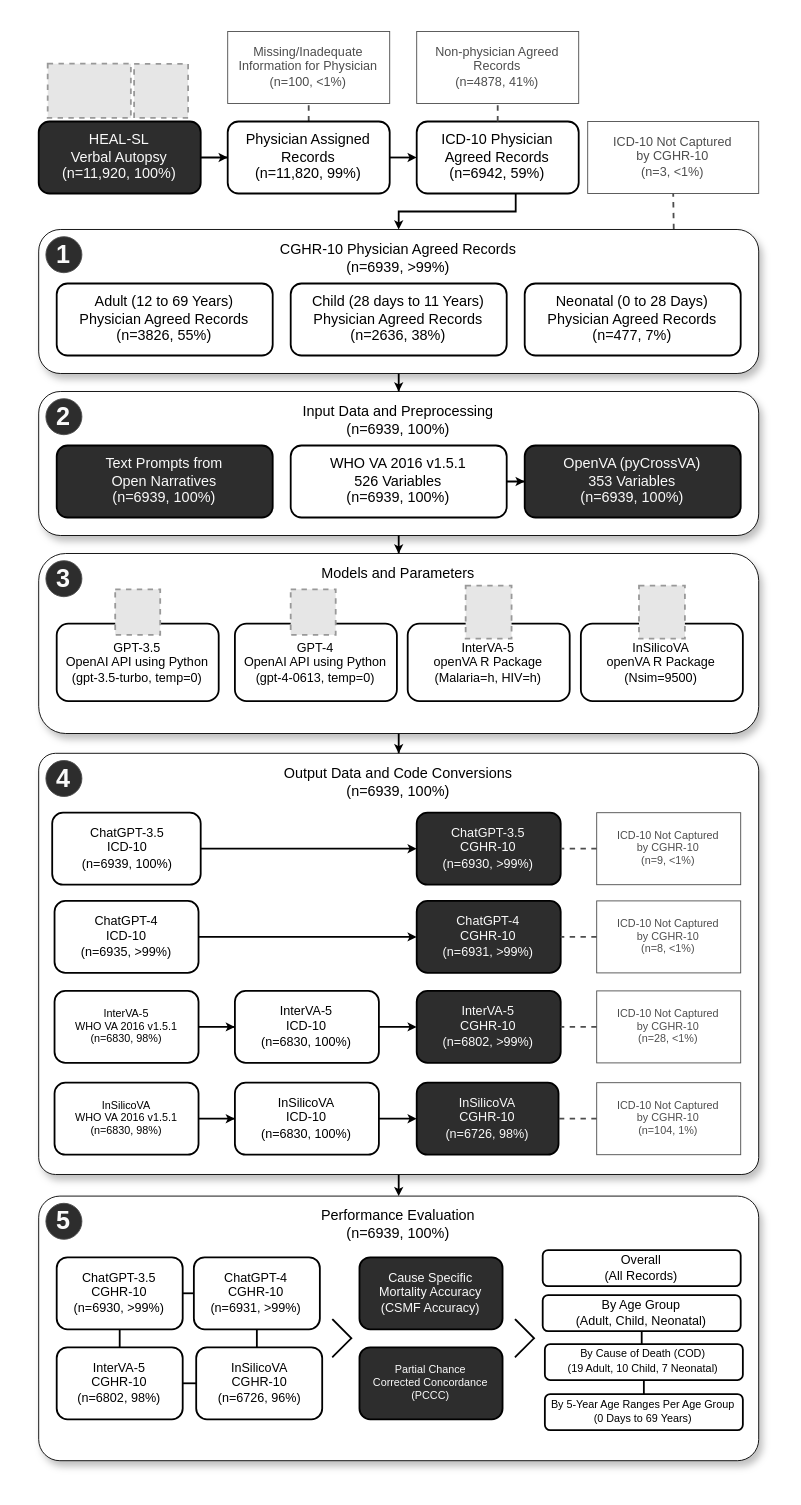
cghr-toronto/wen-et-al-2025-cava keeps this draw.io diagram as src/fig-methods.drawio. Above is the earlier version. Source tidied: cells renumbered, new cells numbered last; positions are measured from the earlier drawing's top-left corner, leaving out a move shared by most shapes. Both pictures are drawn from the tidied source at 180%, with x=0, y=0 at pixel (38, 31). Pictures stored in the file or linked from it are replaced by grey dashed boxes.
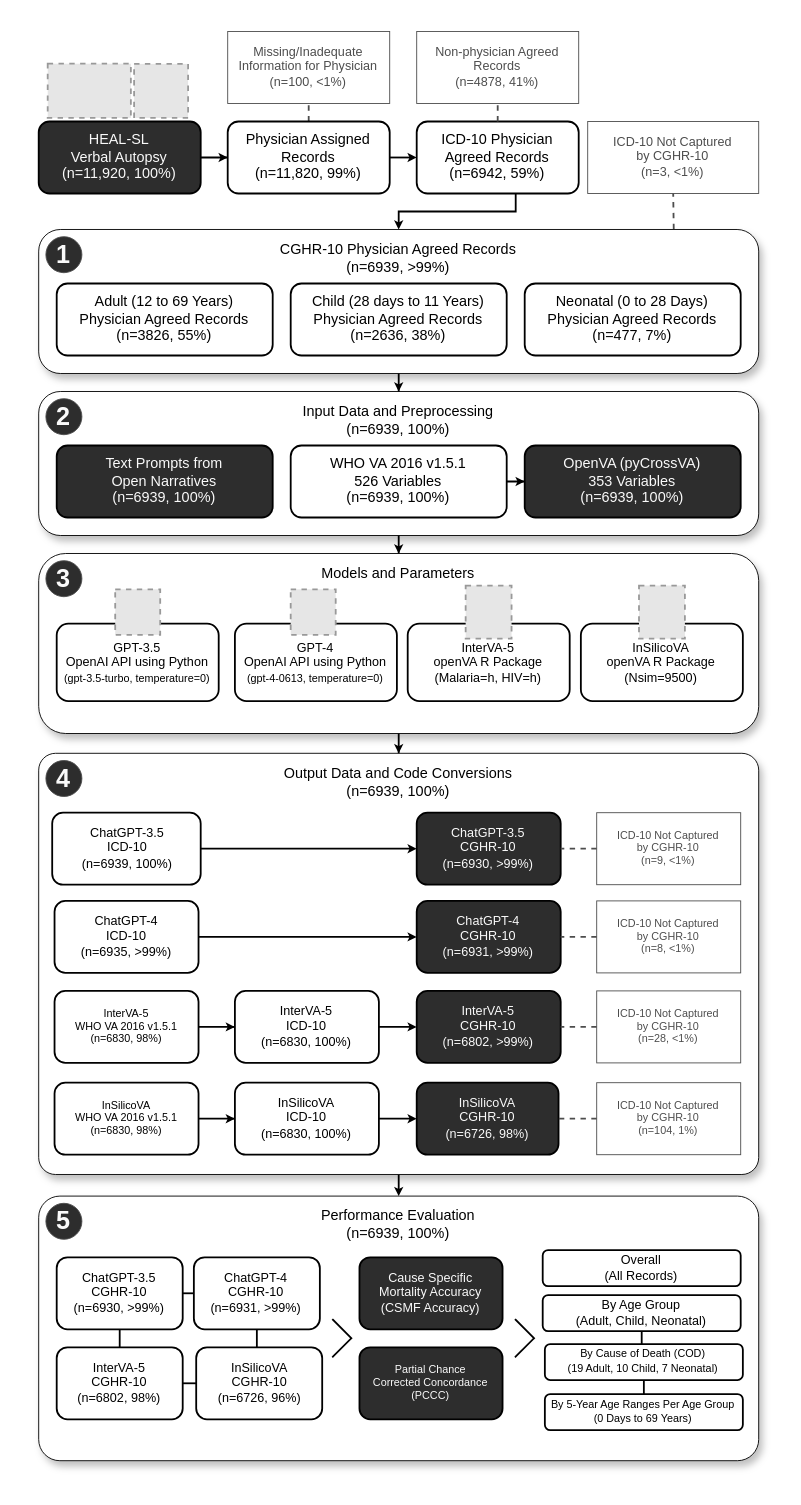
Above is the later version.

The edit, as a diff of the source:
```diff
@@
-    <mxCell id="26" value="GPT-3.5&lt;br&gt;OpenAI API using Python&lt;br style=&quot;font-size: 7px;&quot;&gt;(gpt-3.5-turbo, temp=0)" style="rounded=1;whiteSpace=wrap;html=1;fontFamily=Arial;fontSize=7;fillColor=default;" parent="1" vertex="1">
+    <mxCell id="26" value="GPT-3.5&lt;br&gt;OpenAI API using Python&lt;br style=&quot;font-size: 7px;&quot;&gt;&lt;font style=&quot;font-size: 6px;&quot;&gt;(gpt-3.5-turbo, temperature=0)&lt;/font&gt;" style="rounded=1;whiteSpace=wrap;html=1;fontFamily=Arial;fontSize=7;fillColor=default;" parent="1" vertex="1">
       <mxGeometry x="10" y="329" width="90" height="43" as="geometry" />
     </mxCell>
-    <mxCell id="27" value="GPT-4&lt;br&gt;OpenAI API using Python&lt;br style=&quot;font-size: 7px;&quot;&gt;(gpt-4-0613, temp=0)" style="rounded=1;whiteSpace=wrap;html=1;fontFamily=Arial;fontSize=7;fillColor=default;" parent="1" vertex="1">
+    <mxCell id="27" value="GPT-4&lt;br&gt;OpenAI API using Python&lt;br style=&quot;font-size: 7px;&quot;&gt;&lt;font style=&quot;font-size: 6px;&quot;&gt;(gpt-4-0613, temperature=0)&lt;/font&gt;" style="rounded=1;whiteSpace=wrap;html=1;fontFamily=Arial;fontSize=7;fillColor=default;" parent="1" vertex="1">
       <mxGeometry x="109" y="329" width="90" height="43" as="geometry" />
     </mxCell>
```
